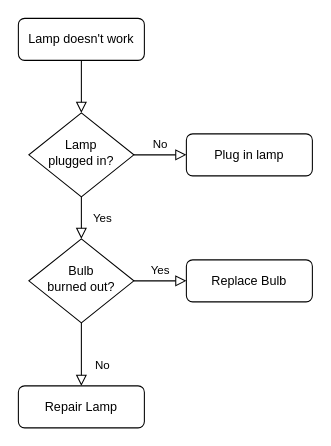
This is Untitled Diagram.drawio from seif-samir89/My-CV, a draw.io file, before an edit. Source tidied: cells renumbered, new cells numbered last; positions are measured from the earlier drawing's top-left corner, leaving out a move shared by most shapes. Both pictures are drawn from the tidied source at 105%, with x=0, y=0 at pixel (18, 18).
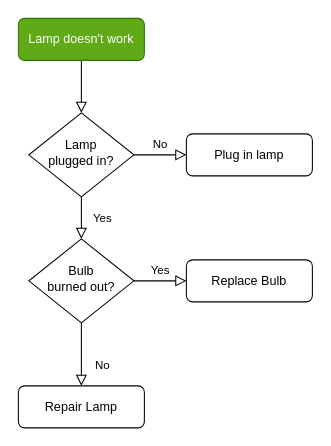
After the change.

The edit, as a diff of the source:
```diff
@@
 <mxGraphModel>
   <root>
     <mxCell id="0" />
     <mxCell id="1" parent="0" />
     <mxCell id="2" style="rounded=0;html=1;jettySize=auto;fontSize=11;endArrow=block;endFill=0;endSize=8;strokeWidth=1;shadow=0;labelBackgroundColor=none;edgeStyle=orthogonalEdgeStyle;" parent="1" edge="1" source="3" target="6">
       <mxGeometry relative="1" as="geometry" />
     </mxCell>
-    <mxCell id="3" value="Lamp doesn't work" style="rounded=1;whiteSpace=wrap;html=1;fontSize=12;glass=0;strokeWidth=1;shadow=0;" parent="1" vertex="1">
+    <mxCell id="3" value="Lamp doesn't work" style="rounded=1;whiteSpace=wrap;html=1;fontSize=12;glass=0;strokeWidth=1;shadow=0;fillColor=#60a917;fontColor=#ffffff;strokeColor=#2D7600;" parent="1" vertex="1">
       <mxGeometry width="120" height="40" as="geometry" />
     </mxCell>
     <mxCell id="4" value="Yes" style="rounded=0;html=1;jettySize=auto;fontSize=11;endArrow=block;endFill=0;endSize=8;strokeWidth=1;shadow=0;labelBackgroundColor=none;edgeStyle=orthogonalEdgeStyle;" parent="1" edge="1" source="6" target="10">
       <mxGeometry y="20" relative="1" as="geometry" />
     </mxCell>
     <mxCell id="5" value="No" style="edgeStyle=orthogonalEdgeStyle;rounded=0;html=1;jettySize=auto;fontSize=11;endArrow=block;endFill=0;endSize=8;strokeWidth=1;shadow=0;labelBackgroundColor=none;" parent="1" edge="1" source="6" target="7">
       <mxGeometry y="10" relative="1" as="geometry" />
     </mxCell>
     <mxCell id="6" value="Lamp&lt;br&gt;plugged in?" style="rhombus;whiteSpace=wrap;html=1;shadow=0;fontFamily=Helvetica;fontSize=12;align=center;strokeWidth=1;spacing=6;spacingTop=-4;" parent="1" vertex="1">
       <mxGeometry x="10" y="90" width="100" height="80" as="geometry" />
     </mxCell>
     <mxCell id="7" value="Plug in lamp" style="rounded=1;whiteSpace=wrap;html=1;fontSize=12;glass=0;strokeWidth=1;shadow=0;" parent="1" vertex="1">
       <mxGeometry x="160" y="110" width="120" height="40" as="geometry" />
     </mxCell>
     <mxCell id="8" value="No" style="rounded=0;html=1;jettySize=auto;fontSize=11;endArrow=block;endFill=0;endSize=8;strokeWidth=1;shadow=0;labelBackgroundColor=none;edgeStyle=orthogonalEdgeStyle;" parent="1" edge="1" source="10" target="11">
       <mxGeometry x="0.33" y="20" relative="1" as="geometry" />
     </mxCell>
     <mxCell id="9" value="Yes" style="edgeStyle=orthogonalEdgeStyle;rounded=0;html=1;jettySize=auto;fontSize=11;endArrow=block;endFill=0;endSize=8;strokeWidth=1;shadow=0;labelBackgroundColor=none;" parent="1" edge="1" source="10" target="12">
       <mxGeometry y="10" relative="1" as="geometry" />
     </mxCell>
     <mxCell id="10" value="Bulb&lt;br&gt;burned out?" style="rhombus;whiteSpace=wrap;html=1;shadow=0;fontFamily=Helvetica;fontSize=12;align=center;strokeWidth=1;spacing=6;spacingTop=-4;" parent="1" vertex="1">
       <mxGeometry x="10" y="210" width="100" height="80" as="geometry" />
     </mxCell>
     <mxCell id="11" value="Repair Lamp" style="rounded=1;whiteSpace=wrap;html=1;fontSize=12;glass=0;strokeWidth=1;shadow=0;" parent="1" vertex="1">
       <mxGeometry y="350" width="120" height="40" as="geometry" />
     </mxCell>
     <mxCell id="12" value="Replace Bulb" style="rounded=1;whiteSpace=wrap;html=1;fontSize=12;glass=0;strokeWidth=1;shadow=0;" parent="1" vertex="1">
       <mxGeometry x="160" y="230" width="120" height="40" as="geometry" />
     </mxCell>
   </root>
 </mxGraphModel>
```
